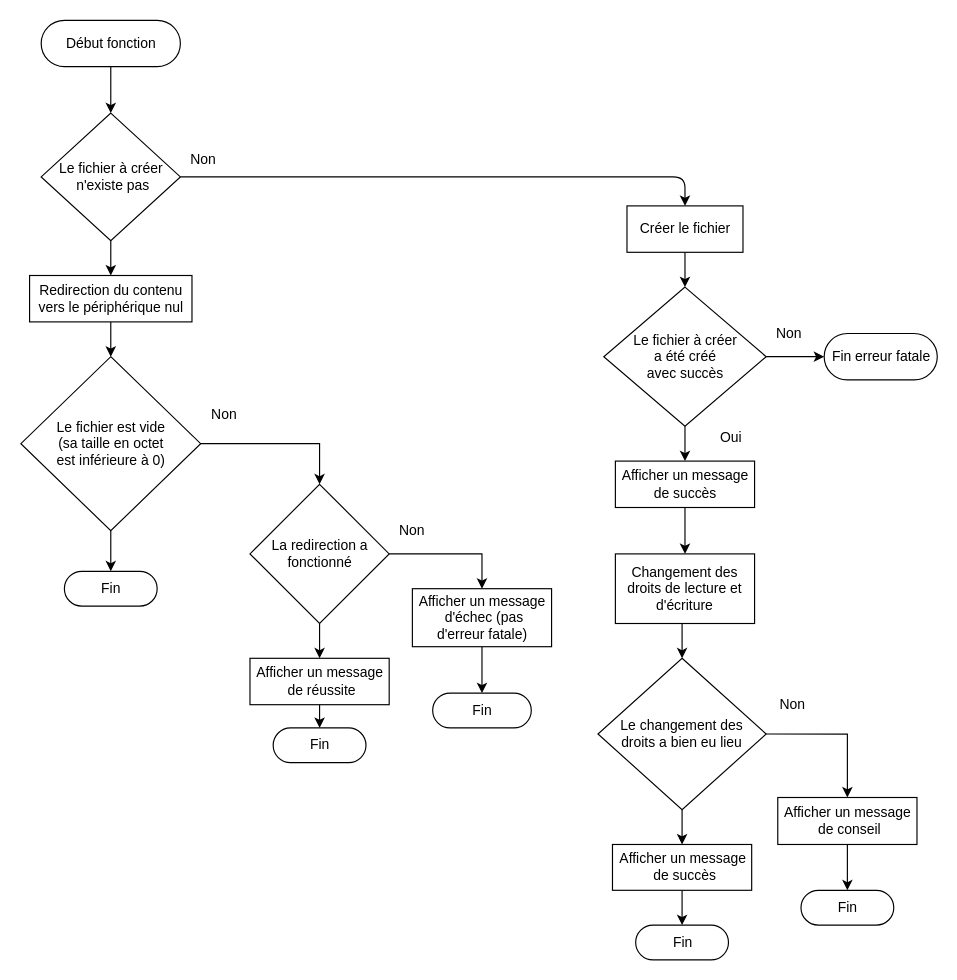
Before: Graphiques/Fonctions/makefile.drawio in DimitriObeid/Linux-reinstall, a draw.io diagram. Source tidied: cells renumbered, new cells numbered last; positions are measured from the earlier drawing's top-left corner, leaving out a move shared by most shapes. Both pictures are drawn from the tidied source at 116%, with x=0, y=0 at pixel (20, 20).
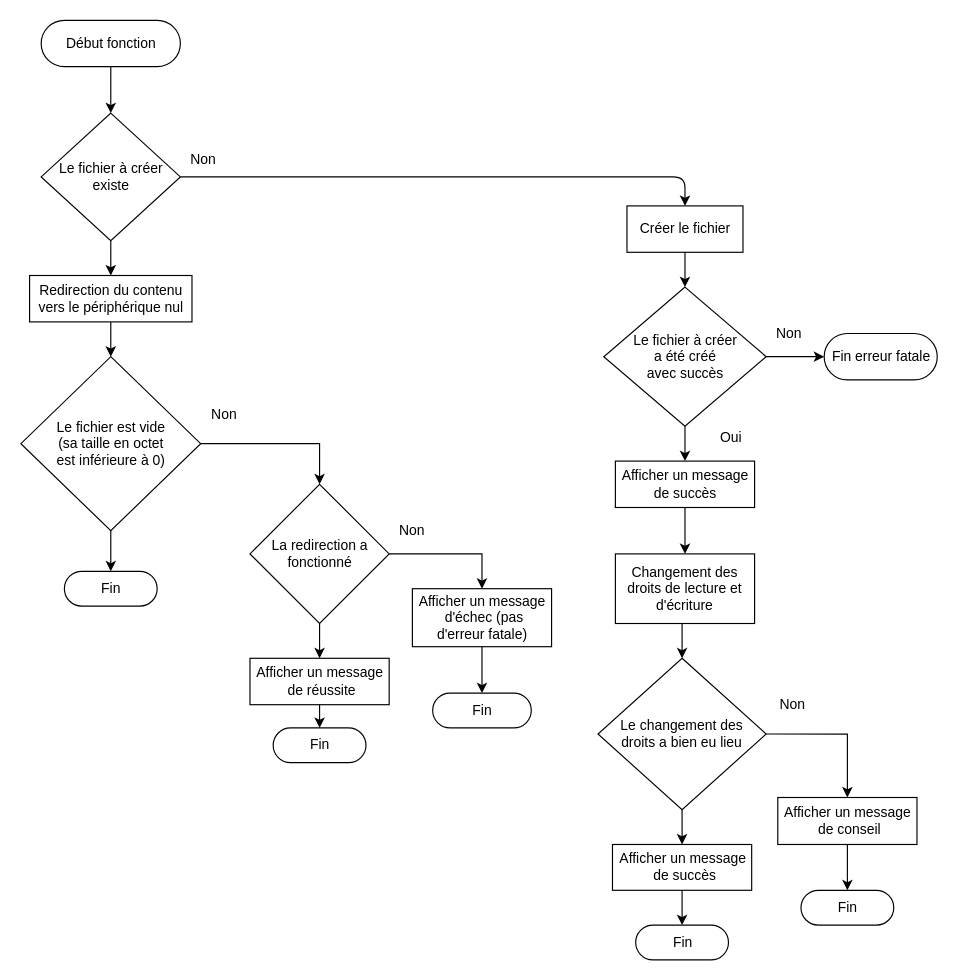
After the change.

Commit message (it also covers changes not shown here):
Finition de la fonction "makedir()" et apport d'une petite correction pour la fonction "makefile()"

Change to the diagram source:
```diff
@@
-    <mxCell id="3" value="Le fichier à créer&lt;br&gt;&amp;nbsp;n'existe pas" style="shape=rhombus;html=1;dashed=0;whitespace=wrap;perimeter=rhombusPerimeter;" parent="1" vertex="1">
+    <mxCell id="3" value="Le fichier à créer &lt;br&gt;existe" style="shape=rhombus;html=1;dashed=0;whitespace=wrap;perimeter=rhombusPerimeter;" parent="1" vertex="1">
       <mxGeometry x="18" y="80" width="120" height="110" as="geometry" />
     </mxCell>
```
